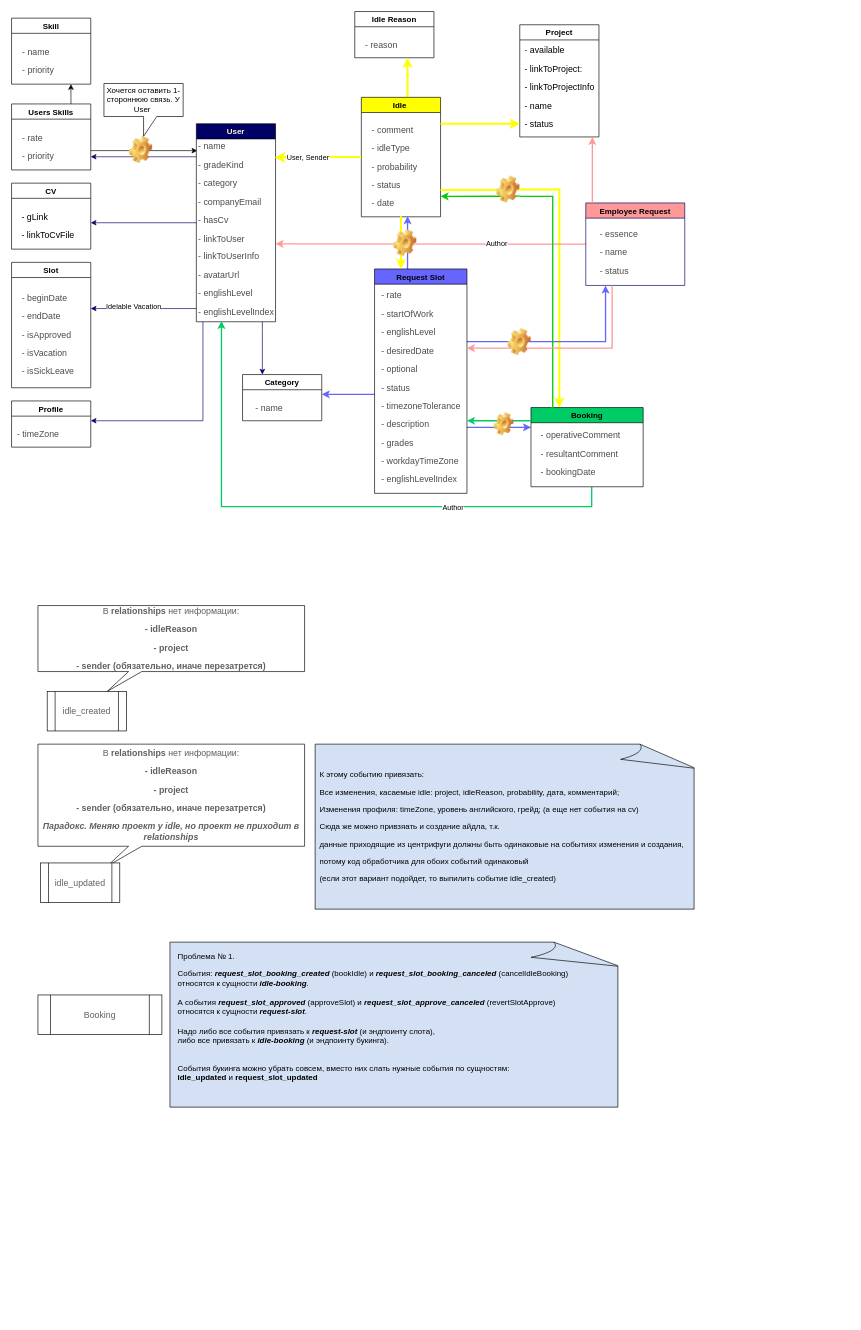
Before: idles/Untitled Diagram.drawio in Nats92/diagrams, a draw.io diagram. Source tidied: cells renumbered, new cells numbered last; positions are measured from the earlier drawing's top-left corner, leaving out a move shared by most shapes. Both pictures are drawn from the tidied source at 66%, with x=0, y=0 at pixel (11, 11).
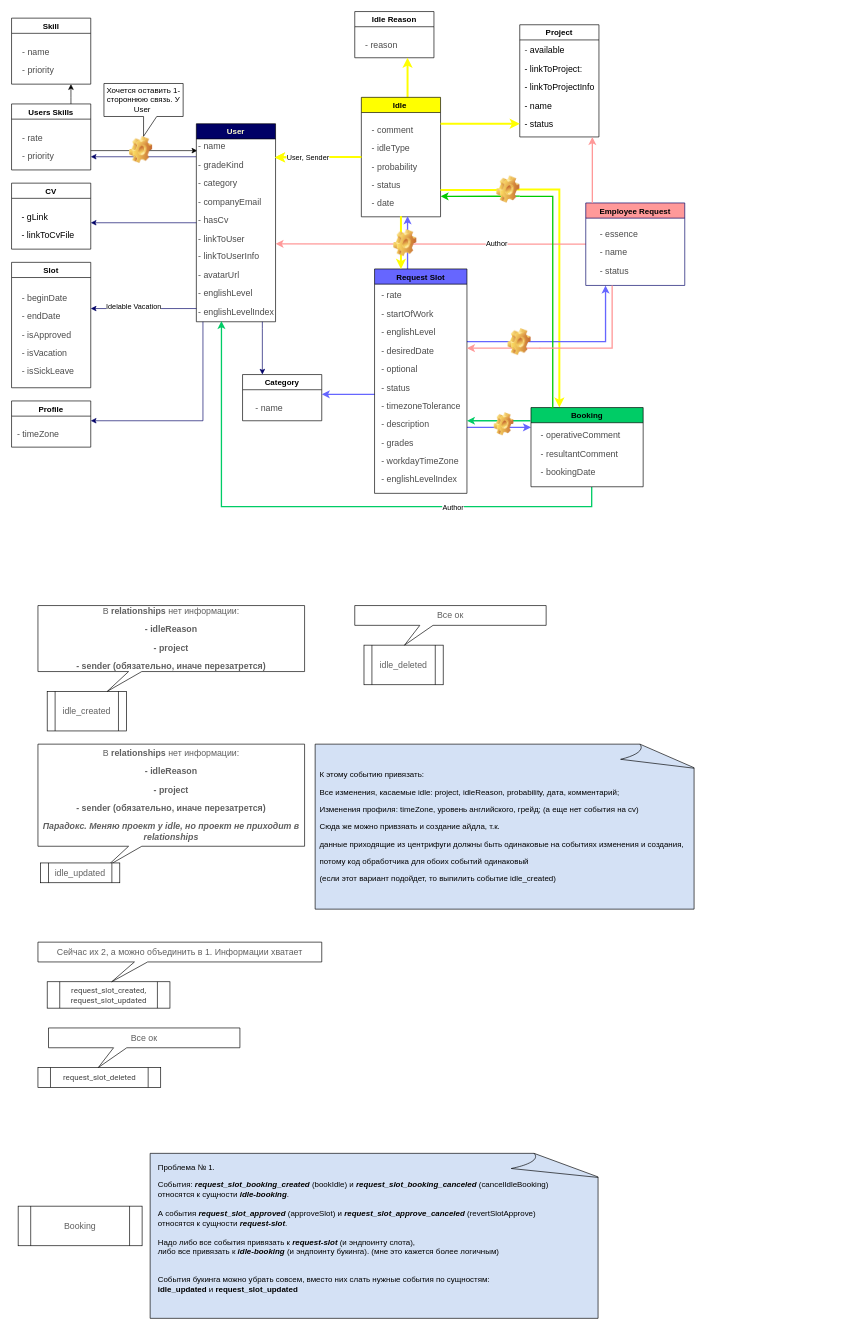
The same page after the edit.

The change refers to these unchanged cells:
```xml
<mxCell id="49" style="group;" parent="1" vertex="1">
  <mxGeometry x="30" y="1110" width="1240" height="270" as="geometry" />
</mxCell>
<mxCell id="68" style="group;fillColor=none;" parent="1" vertex="1">
  <mxGeometry x="40" y="1410" width="1080" height="250" as="geometry" />
</mxCell>
```

Change to the diagram source:
```diff
@@
     <mxCell id="56" value="&lt;span style=&quot;font-family: noto_regular; color: rgb(96, 96, 96); font-size: 10pt;&quot;&gt;idle_updated&lt;/span&gt;" style="shape=process;whiteSpace=wrap;html=1;backgroundOutline=1;" parent="49" vertex="1">
-      <mxGeometry x="14" y="180" width="120" height="60" as="geometry" />
+      <mxGeometry x="14" y="180" width="120" height="30" as="geometry" />
     </mxCell>
@@
     <mxCell id="69" style="group;fillColor=none;" parent="68" vertex="1">
-      <mxGeometry x="200" width="685.6" height="250" as="geometry" />
+      <mxGeometry x="170" y="320" width="685.6" height="250" as="geometry" />
     </mxCell>
@@
-    <mxCell id="71" value="&lt;p style=&quot;&quot;&gt;&lt;font style=&quot;font-size: 12px;&quot;&gt;Проблема № 1.&lt;/font&gt;&lt;/p&gt;&lt;p style=&quot;&quot;&gt;&lt;/p&gt;&lt;font style=&quot;font-size: 12px;&quot;&gt;&lt;font style=&quot;font-size: 12px;&quot;&gt;События:&amp;nbsp;&lt;i&gt;&lt;b&gt;request_slot_booking_created&lt;/b&gt;&lt;/i&gt; (bookIdle) и&amp;nbsp;&lt;i&gt;&lt;b&gt;request_slot_booking_canceled&lt;/b&gt;&lt;/i&gt; (cancelIdleBooking) &lt;br&gt;относятся к сущности&lt;i&gt;&lt;b&gt; idle-booking&lt;/b&gt;&lt;/i&gt;.&lt;br&gt;&lt;br&gt;А события&amp;nbsp;&lt;/font&gt;&lt;b&gt;&lt;i&gt;request_slot_approved&lt;/i&gt;&lt;/b&gt; (approveSlot) и&amp;nbsp;&lt;i&gt;&lt;b&gt;request_slot_approve_canceled&lt;/b&gt;&lt;/i&gt; (revertSlotApprove) &lt;br&gt;относятся к сущности &lt;i&gt;&lt;b&gt;request-slot&lt;/b&gt;&lt;/i&gt;. &lt;br&gt;&lt;br&gt;Надо либо все события привязать к&amp;nbsp;&lt;b style=&quot;font-style: italic;&quot;&gt;request-slot &lt;/b&gt;(и эндпоинту слота),&lt;br&gt;либо все привязать к&amp;nbsp;&lt;i&gt;&lt;b&gt;idle-booking&amp;nbsp;&lt;/b&gt;&lt;/i&gt;(и эндпоинту букинга).&lt;br&gt;&lt;br&gt;&lt;br&gt;События букинга можно убрать совсем, вместо них слать нужные события по сущностям: &lt;br&gt;&lt;b&gt;idle_updated&lt;/b&gt; и &lt;b&gt;request_slot_updated&lt;/b&gt;&lt;br&gt;&lt;br&gt;&lt;/font&gt;" style="text;html=1;align=left;verticalAlign=middle;fillColor=none;strokeColor=none;rounded=0;" parent="69" vertex="1">
+    <mxCell id="71" value="&lt;p style=&quot;&quot;&gt;&lt;font style=&quot;font-size: 12px;&quot;&gt;Проблема № 1.&lt;/font&gt;&lt;/p&gt;&lt;p style=&quot;&quot;&gt;&lt;/p&gt;&lt;font style=&quot;font-size: 12px;&quot;&gt;&lt;font style=&quot;font-size: 12px;&quot;&gt;События:&amp;nbsp;&lt;i&gt;&lt;b&gt;request_slot_booking_created&lt;/b&gt;&lt;/i&gt; (bookIdle) и&amp;nbsp;&lt;i&gt;&lt;b&gt;request_slot_booking_canceled&lt;/b&gt;&lt;/i&gt; (cancelIdleBooking) &lt;br&gt;относятся к сущности&lt;i&gt;&lt;b&gt; idle-booking&lt;/b&gt;&lt;/i&gt;.&lt;br&gt;&lt;br&gt;А события&amp;nbsp;&lt;/font&gt;&lt;b&gt;&lt;i&gt;request_slot_approved&lt;/i&gt;&lt;/b&gt; (approveSlot) и&amp;nbsp;&lt;i&gt;&lt;b&gt;request_slot_approve_canceled&lt;/b&gt;&lt;/i&gt; (revertSlotApprove) &lt;br&gt;относятся к сущности &lt;i&gt;&lt;b&gt;request-slot&lt;/b&gt;&lt;/i&gt;. &lt;br&gt;&lt;br&gt;Надо либо все события привязать к&amp;nbsp;&lt;b style=&quot;font-style: italic;&quot;&gt;request-slot &lt;/b&gt;(и эндпоинту слота),&lt;br&gt;либо все привязать к&amp;nbsp;&lt;i&gt;&lt;b&gt;idle-booking&amp;nbsp;&lt;/b&gt;&lt;/i&gt;(и эндпоинту букинга). (мне это кажется более логичным)&lt;br&gt;&lt;br&gt;&lt;br&gt;События букинга можно убрать совсем, вместо них слать нужные события по сущностям: &lt;br&gt;&lt;b&gt;idle_updated&lt;/b&gt; и &lt;b&gt;request_slot_updated&lt;/b&gt;&lt;br&gt;&lt;br&gt;&lt;/font&gt;" style="text;html=1;align=left;verticalAlign=middle;fillColor=none;strokeColor=none;rounded=0;" parent="69" vertex="1">
       <mxGeometry x="10" width="610" height="230" as="geometry" />
     </mxCell>
     <mxCell id="72" value="&lt;span style=&quot;font-family: noto_regular; color: rgb(96, 96, 96); font-size: 10pt;&quot;&gt;Booking&lt;/span&gt;" style="shape=process;whiteSpace=wrap;html=1;backgroundOutline=1;" parent="68" vertex="1">
-      <mxGeometry y="80" width="187.8" height="60" as="geometry" />
+      <mxGeometry x="-30" y="400" width="187.8" height="60" as="geometry" />
     </mxCell>
+    <mxCell id="82" value="&lt;font style=&quot;font-size: 12px;&quot;&gt;&lt;span style=&quot;color: rgb(66, 66, 66); font-family: Roboto, sans-serif; text-align: start; background-color: rgb(255, 255, 255);&quot;&gt;request_slot_created,&lt;br&gt;&lt;/span&gt;&lt;span style=&quot;color: rgb(66, 66, 66); font-family: Roboto, sans-serif; text-align: start; background-color: rgb(255, 255, 255);&quot;&gt;request_slot_updated&lt;/span&gt;&lt;/font&gt;" style="shape=process;whiteSpace=wrap;html=1;backgroundOutline=1;" parent="68" vertex="1">
+      <mxGeometry x="14" y="60" width="186" height="40" as="geometry" />
+    </mxCell>
+    <mxCell id="83" value="&lt;p&gt;&lt;font face=&quot;noto_regular&quot; color=&quot;#606060&quot;&gt;&lt;span style=&quot;font-size: 13.3333px;&quot;&gt;Сейчас их 2, а можно объединить в 1. Информации хватает&lt;/span&gt;&lt;/font&gt;&lt;/p&gt;" style="shape=callout;whiteSpace=wrap;html=1;perimeter=calloutPerimeter;size=30;position=0.34;position2=0.26;base=20;" parent="68" vertex="1">
+      <mxGeometry width="430" height="60" as="geometry" />
+    </mxCell>
+    <mxCell id="84" style="group;" parent="68" vertex="1">
+      <mxGeometry x="220" y="60" width="404" height="190" as="geometry" />
+    </mxCell>
+    <mxCell id="85" value="&lt;span style=&quot;color: rgb(66, 66, 66); font-family: Roboto, sans-serif; text-align: start; background-color: rgb(255, 255, 255);&quot;&gt;request_slot_deleted&lt;/span&gt;" style="shape=process;whiteSpace=wrap;html=1;backgroundOutline=1;" parent="84" vertex="1">
+      <mxGeometry x="-220" y="130" width="186" height="30" as="geometry" />
+    </mxCell>
+    <mxCell id="86" value="&lt;p&gt;&lt;font face=&quot;noto_regular&quot; color=&quot;#606060&quot;&gt;&lt;span style=&quot;font-size: 13.3333px;&quot;&gt;Все ок&lt;/span&gt;&lt;/font&gt;&lt;/p&gt;" style="shape=callout;whiteSpace=wrap;html=1;perimeter=calloutPerimeter;size=30;position=0.34;position2=0.26;base=20;" parent="84" vertex="1">
+      <mxGeometry x="-204" y="70" width="290" height="60" as="geometry" />
+    </mxCell>
@@
+    <mxCell id="87" style="group;" parent="1" vertex="1">
+      <mxGeometry x="520" y="830" width="404" height="190" as="geometry" />
+    </mxCell>
+    <mxCell id="88" value="&lt;span style=&quot;color: rgb(96, 96, 96); font-family: noto_regular; font-size: 13.3333px;&quot;&gt;idle_deleted&lt;/span&gt;" style="shape=process;whiteSpace=wrap;html=1;backgroundOutline=1;" parent="87" vertex="1">
+      <mxGeometry x="14" y="130" width="120" height="60" as="geometry" />
+    </mxCell>
+    <mxCell id="89" value="&lt;p&gt;&lt;font face=&quot;noto_regular&quot; color=&quot;#606060&quot;&gt;&lt;span style=&quot;font-size: 13.3333px;&quot;&gt;Все ок&lt;/span&gt;&lt;/font&gt;&lt;/p&gt;" style="shape=callout;whiteSpace=wrap;html=1;perimeter=calloutPerimeter;size=30;position=0.34;position2=0.26;base=20;" parent="87" vertex="1">
+      <mxGeometry y="70" width="290" height="60" as="geometry" />
+    </mxCell>
```
